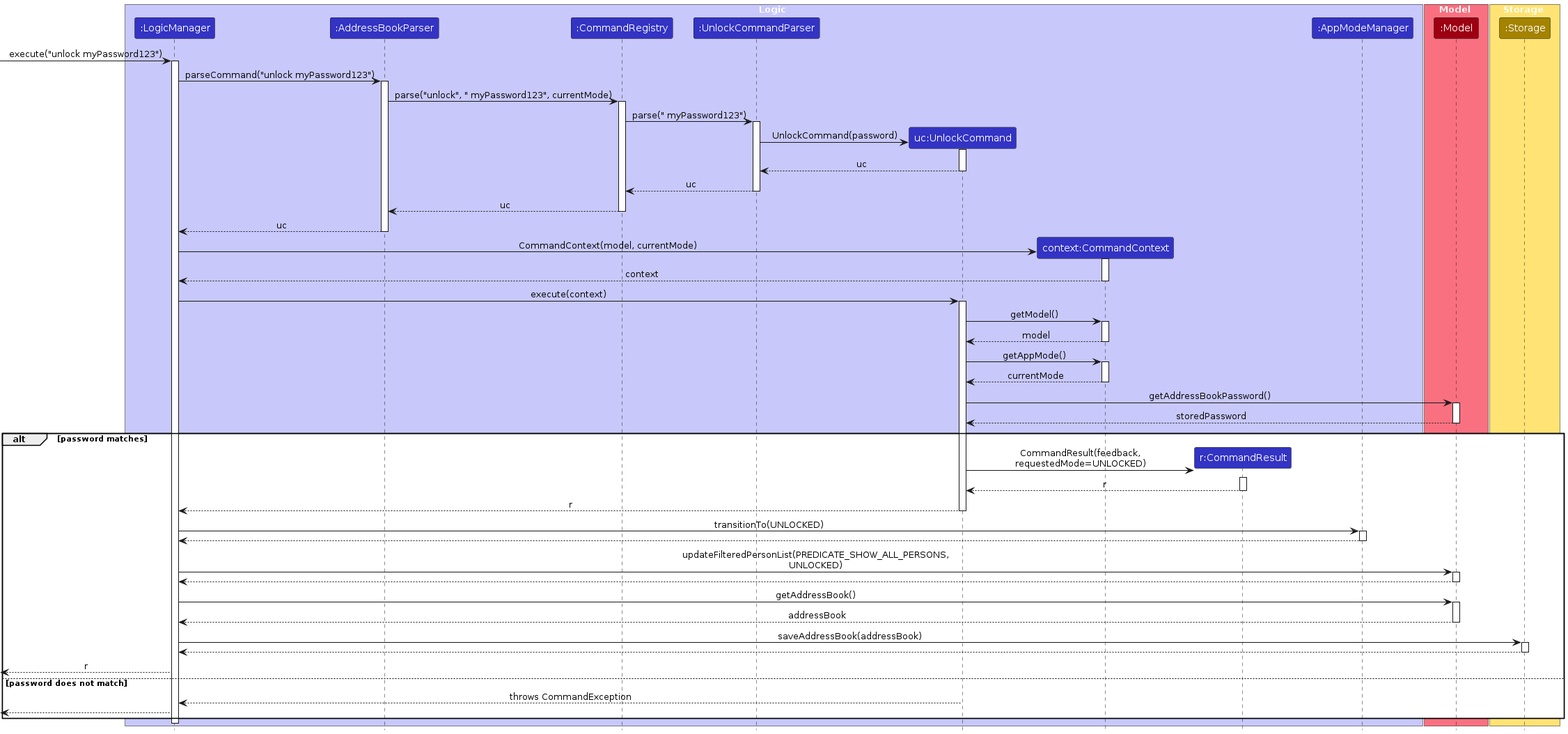
This is diagrams/UnlockSequenceDiagram.png from AY2526S2-CS2103T-T15-2/tp, a PlantUML export, as it was before one commit. Its source is kept beside it as diagrams/UnlockSequenceDiagram.puml.
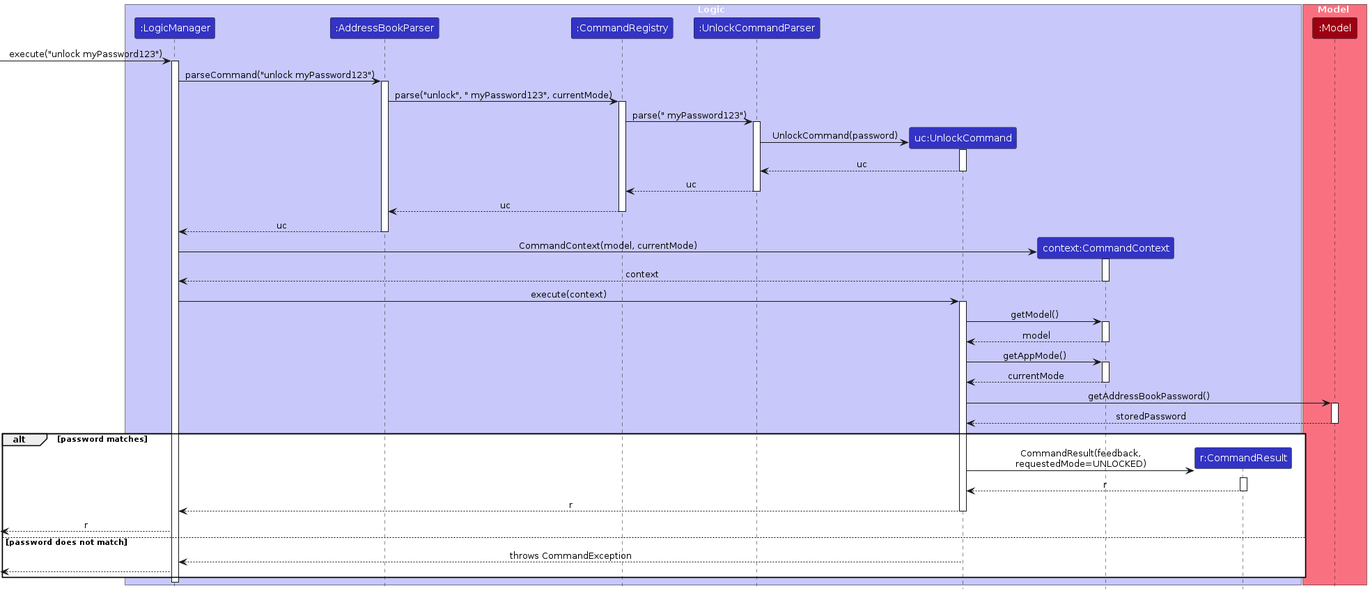
Above is the later version.

The edit, as a diff of the source:
```diff
@@ -10,15 +10,10 @@
 participant "uc:UnlockCommand" as UnlockCommand LOGIC_COLOR
 participant "context:CommandContext" as CommandContext LOGIC_COLOR
 participant "r:CommandResult" as CommandResult LOGIC_COLOR
-participant ":AppModeManager" as AppModeManager LOGIC_COLOR
 end box
 
 box Model MODEL_COLOR_T1
 participant ":Model" as Model MODEL_COLOR
-end box
-
-box Storage STORAGE_COLOR_T1
-participant ":Storage" as Storage STORAGE_COLOR
 end box
 
 [-> LogicManager : execute("unlock myPassword123")
@@ -74,33 +69,12 @@
 
 alt password matches
     create CommandResult
-    UnlockCommand -> CommandResult : CommandResult(feedback,\nrequestedMode=UNLOCKED)
-    activate CommandResult
+    UnlockCommand -> CommandResult ++ : CommandResult(feedback,\nrequestedMode=UNLOCKED)
     CommandResult --> UnlockCommand : r
     deactivate CommandResult
 
     UnlockCommand --> LogicManager : r
     deactivate UnlockCommand
-
-    LogicManager -> AppModeManager : transitionTo(UNLOCKED)
-    activate AppModeManager
-    AppModeManager --> LogicManager
-    deactivate AppModeManager
-
-    LogicManager -> Model : updateFilteredPersonList(PREDICATE_SHOW_ALL_PERSONS,\nUNLOCKED)
-    activate Model
-    Model --> LogicManager
-    deactivate Model
-
-    LogicManager -> Model : getAddressBook()
-    activate Model
-    Model --> LogicManager : addressBook
-    deactivate Model
-
-    LogicManager -> Storage : saveAddressBook(addressBook)
-    activate Storage
-    Storage --> LogicManager
-    deactivate Storage
 
     [<-- LogicManager : r
 else password does not match
```
